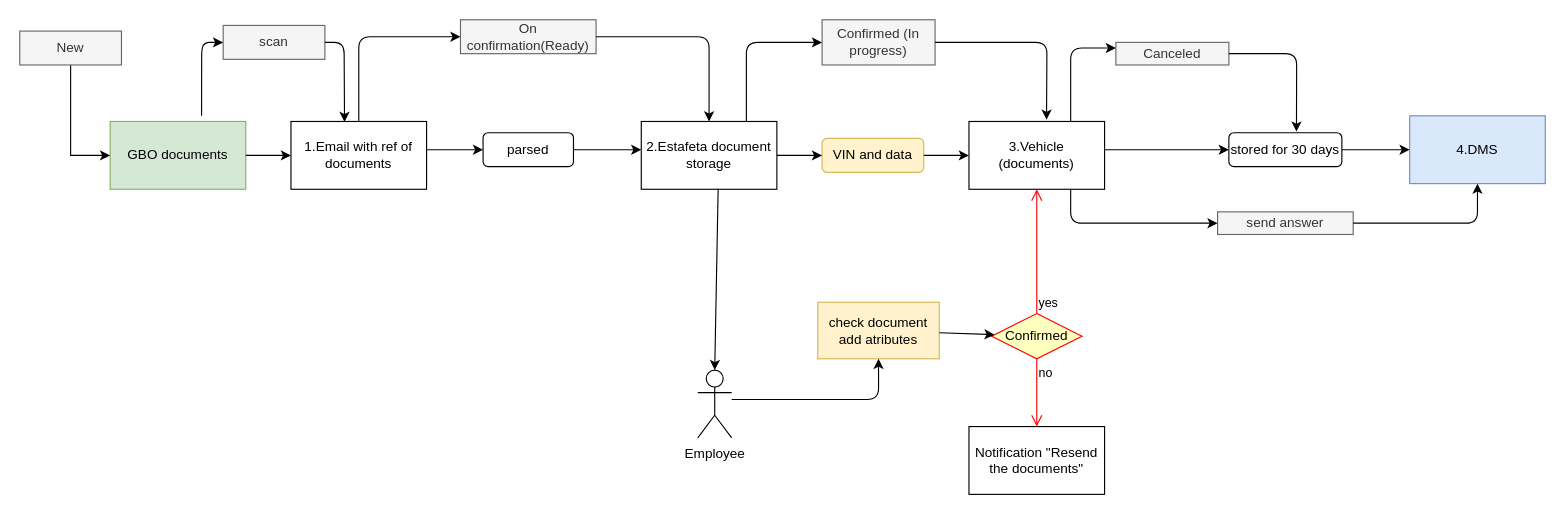
This is GBO.drawio from annastazi02/diagrams, a draw.io file, before an edit. Source tidied: cells renumbered, new cells numbered last; positions are measured from the earlier drawing's top-left corner, leaving out a move shared by most shapes. Both pictures are drawn from the tidied source at 113%, with x=0, y=0 at pixel (19, 19).
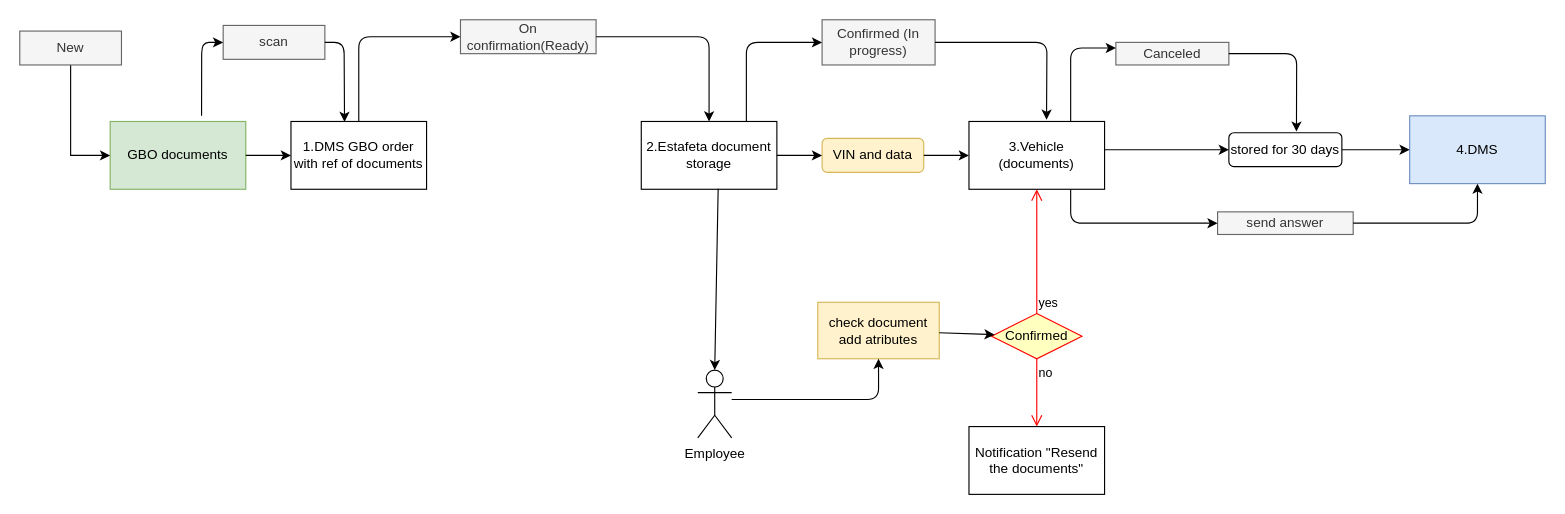
Above is the later version.

What changed in the source:
```diff
@@
-    <mxCell id="3" value="1.Email with ref of documents" style="rounded=0;whiteSpace=wrap;html=1;" parent="1" vertex="1">
+    <mxCell id="3" value="1.DMS GBO order with ref of documents" style="rounded=0;whiteSpace=wrap;html=1;" parent="1" vertex="1">
       <mxGeometry x="240" y="90" width="120" height="60" as="geometry" />
     </mxCell>
@@
-    <mxCell id="12" style="endArrow=classic;html=1;exitX=1;exitY=0.5;exitDx=0;exitDy=0;" parent="1" edge="1" source="13">
-      <mxGeometry relative="1" as="geometry">
-        <mxPoint x="550" y="115" as="targetPoint" />
-      </mxGeometry>
-    </mxCell>
-    <mxCell id="13" value="parsed" style="rounded=1;whiteSpace=wrap;html=1;" parent="1" vertex="1">
-      <mxGeometry x="410" y="100" width="80" height="30" as="geometry" />
-    </mxCell>
-    <mxCell id="14" style="endArrow=classic;html=1;entryX=0;entryY=0.5;entryDx=0;entryDy=0;" parent="1" edge="1" target="13">
-      <mxGeometry relative="1" as="geometry">
-        <mxPoint x="360" y="115" as="sourcePoint" />
-      </mxGeometry>
-    </mxCell>
```
